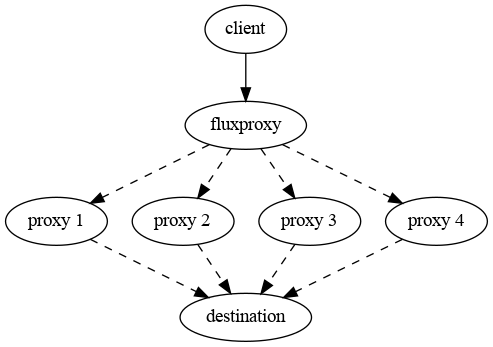
This is static/fluxproxy.png from miku/httpgetaway, a Graphviz export, as it was before one commit. Its source is kept beside it as static/fluxproxy.dot.
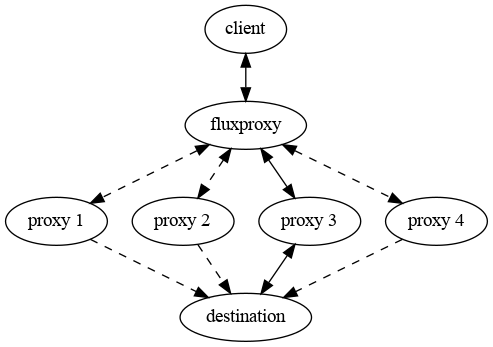
After the commit.

Change to the diagram source:
```diff
@@ -1,12 +1,35 @@
 digraph fluxproxy {
+    concentrate=true;
     client -> "fluxproxy";
+    "fluxproxy" -> client;
+
     "fluxproxy" -> "proxy 1" [style=dashed];
     "fluxproxy" -> "proxy 2" [style=dashed];
-    "fluxproxy" -> "proxy 3" [style=dashed];
+    "fluxproxy" -> "proxy 3" [style=solid];
     "fluxproxy" -> "proxy 4" [style=dashed];
+
+    "proxy 1" -> "fluxproxy" [style=dashed];
+    "proxy 2" -> "fluxproxy" [style=dashed];
+    "proxy 3" -> "fluxproxy" [style=solid];
+    "proxy 4" -> "fluxproxy" [style=dashed];
+
+    subgraph {
+
+        "proxy 1";
+        "proxy 2";
+        "proxy 3";
+        "proxy 4";
+
+        rank = same; "proxy 1", "proxy 2", "proxy 3", "proxy 4";
+
+    }
+
+    "proxy 3" -> "fluxproxy";
 
     "proxy 1" -> "destination" [style=dashed];
     "proxy 2" -> "destination" [style=dashed];
-    "proxy 3" -> "destination" [style=dashed];
+    "proxy 3" -> "destination" [style=solid];
     "proxy 4" -> "destination" [style=dashed];
+
+    "destination" -> "proxy 3";
 }
```
